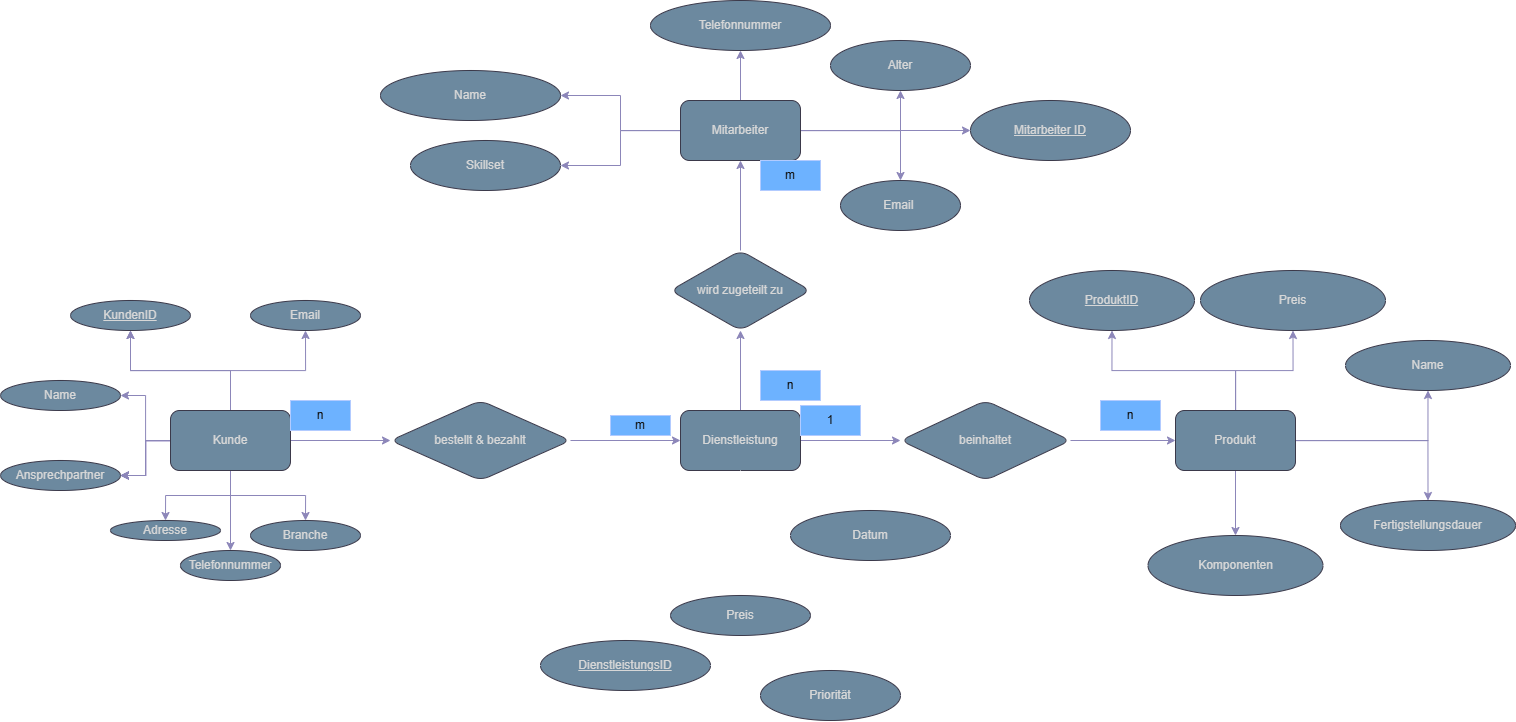
Above: Unbenanntes Diagramm.drawio.png in 0xj0n1/Grundlagen-Wirtschaftsinformatik-Charts (draw.io), before the change. Source tidied: cells renumbered, new cells last; positions are measured from the earlier drawing's top-left corner, leaving out a move shared by most shapes.
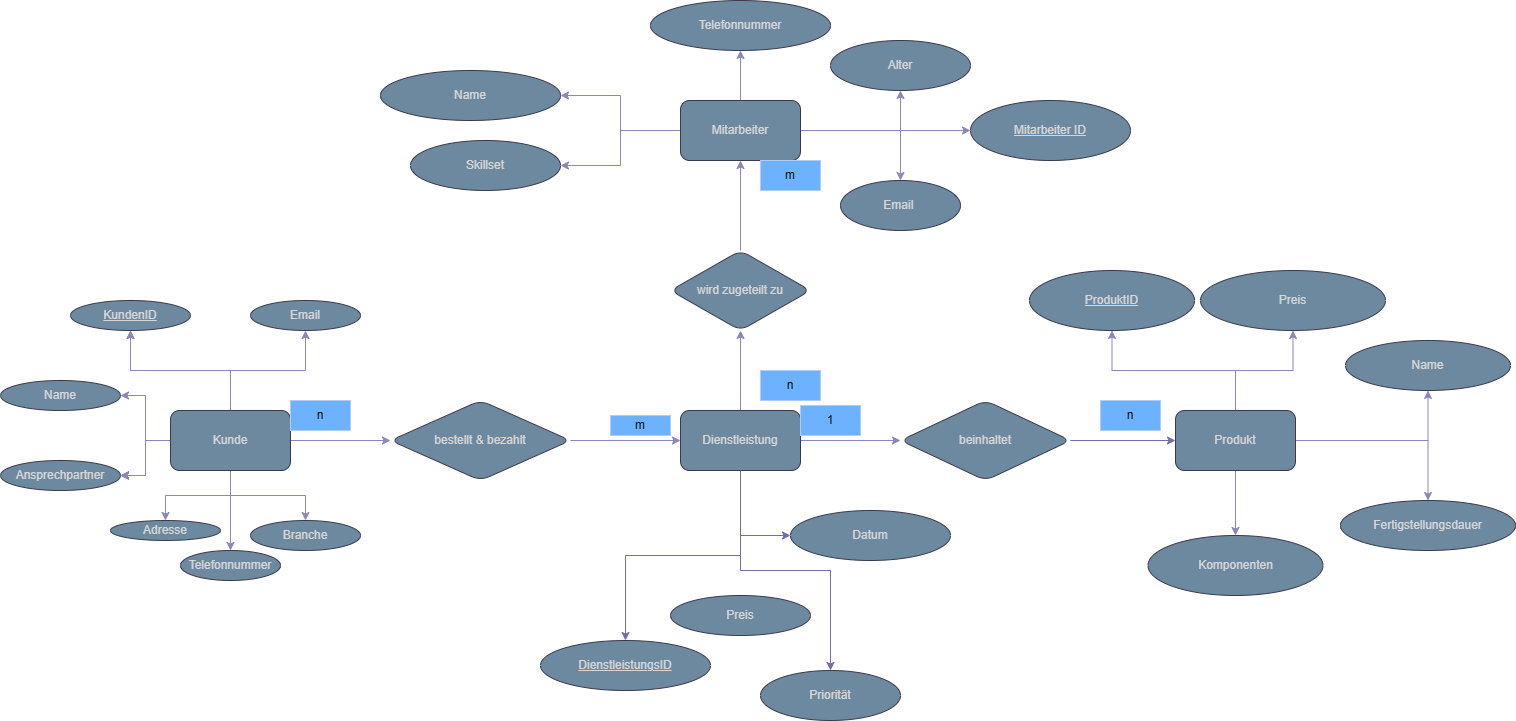
Above is the later version.

Change to the diagram source:
```diff
@@ -80,7 +80,7 @@
     <mxCell id="27" style="edgeStyle=orthogonalEdgeStyle;rounded=0;jettySize=auto;html=1;labelBackgroundColor=none;fontColor=default;strokeColor=#736CA8;" parent="1" edge="1" source="32" target="49">
       <mxGeometry relative="1" as="geometry" />
     </mxCell>
-    <mxCell id="28" style="edgeStyle=orthogonalEdgeStyle;rounded=0;jettySize=auto;html=1;" parent="1" edge="1" source="32" target="67">
+    <mxCell id="28" style="edgeStyle=orthogonalEdgeStyle;rounded=0;jettySize=auto;html=1;strokeColor=light-dark(#736CA8,#736CA8);" parent="1" edge="1" source="32" target="67">
       <mxGeometry relative="1" as="geometry" />
     </mxCell>
     <mxCell id="29" style="edgeStyle=orthogonalEdgeStyle;rounded=0;jettySize=auto;html=1;" parent="1" edge="1" source="32" target="68">
@@ -89,7 +89,7 @@
     <mxCell id="30" style="edgeStyle=orthogonalEdgeStyle;rounded=0;jettySize=auto;html=1;" parent="1" edge="1" source="32" target="72">
       <mxGeometry relative="1" as="geometry" />
     </mxCell>
-    <mxCell id="31" style="edgeStyle=orthogonalEdgeStyle;rounded=0;jettySize=auto;html=1;" parent="1" edge="1" target="69">
+    <mxCell id="31" style="edgeStyle=orthogonalEdgeStyle;rounded=0;jettySize=auto;html=1;strokeColor=light-dark(#736CA8,#736CA8);" parent="1" edge="1" target="69">
       <mxGeometry relative="1" as="geometry">
         <mxPoint x="740" y="560" as="sourcePoint" />
         <Array as="points">
@@ -145,7 +145,7 @@
     <mxCell id="47" value="Email&amp;nbsp;" style="ellipse;whiteSpace=wrap;html=1;rounded=1;labelBackgroundColor=none;fillColor=#5D7F99;strokeColor=#D0CEE2;fontColor=#1A1A1A;" parent="1" vertex="1">
       <mxGeometry x="840" y="180" width="120" height="50" as="geometry" />
     </mxCell>
-    <mxCell id="48" style="edgeStyle=orthogonalEdgeStyle;rounded=0;jettySize=auto;html=1;labelBackgroundColor=none;fontColor=default;strokeColor=#736CA8;" parent="1" edge="1" source="49" target="55">
+    <mxCell id="48" style="edgeStyle=orthogonalEdgeStyle;rounded=0;jettySize=auto;html=1;labelBackgroundColor=none;fontColor=default;strokeColor=light-dark(#736CA8,#736CA8);" parent="1" edge="1" source="49" target="55">
       <mxGeometry relative="1" as="geometry" />
     </mxCell>
     <mxCell id="49" value="beinhaltet" style="rhombus;whiteSpace=wrap;html=1;rounded=1;labelBackgroundColor=none;fillColor=#5D7F99;strokeColor=#D0CEE2;fontColor=#1A1A1A;" parent="1" vertex="1">
@@ -214,7 +214,7 @@
     <mxCell id="70" style="edgeStyle=orthogonalEdgeStyle;rounded=0;orthogonalLoop=1;jettySize=auto;html=1;exitX=0.5;exitY=1;exitDx=0;exitDy=0;" parent="1" edge="1" source="69" target="69">
       <mxGeometry relative="1" as="geometry" />
     </mxCell>
-    <mxCell id="71" style="edgeStyle=orthogonalEdgeStyle;rounded=0;jettySize=auto;html=1;" parent="1" edge="1" source="32" target="72">
+    <mxCell id="71" style="edgeStyle=orthogonalEdgeStyle;rounded=0;jettySize=auto;html=1;strokeColor=light-dark(#736CA8,#736CA8);" parent="1" edge="1" source="32" target="72">
       <mxGeometry relative="1" as="geometry" />
     </mxCell>
     <mxCell id="72" value="Priorität" style="ellipse;whiteSpace=wrap;html=1;fillColor=#5D7F99;strokeColor=#D0CEE2;fontColor=#1A1A1A;rounded=1;labelBackgroundColor=none;" parent="1" vertex="1">
```
